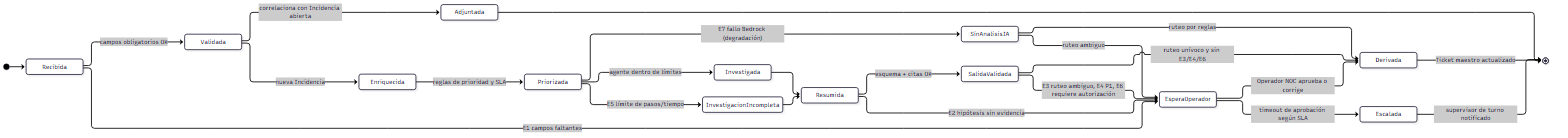
The Mermaid diagram docs/entregable/diagramas/estados.png in rcmanaure/hacom-reto-ai-engineer, before a commit. Its source is kept beside it as docs/entregable/diagramas/estados.mmd. Source of this version:
```mermaid
stateDiagram-v2
  direction LR
  [*] --> Recibida
  Recibida --> Validada: campos obligatorios OK
  Recibida --> EsperaOperador: E1 campos faltantes
  Validada --> Adjuntada: correlaciona con Incidencia abierta
  Adjuntada --> [*]
  Validada --> Enriquecida: nueva Incidencia
  Enriquecida --> Priorizada: reglas de prioridad y SLA
  Priorizada --> Investigada: agente dentro de límites
  Priorizada --> InvestigacionIncompleta: E5 límite de pasos/tiempo
  Priorizada --> SinAnalisisIA: E7 fallo Bedrock (degradación)
  Investigada --> Resumida
  InvestigacionIncompleta --> Resumida
  Resumida --> SalidaValidada: esquema + citas OK
  Resumida --> EsperaOperador: E2 hipótesis sin evidencia
  SalidaValidada --> Derivada: ruteo unívoco y sin E3/E4/E6
  SalidaValidada --> EsperaOperador: E3 ruteo ambiguo, E4 P1, E6 requiere autorización
  SinAnalisisIA --> Derivada: ruteo por reglas
  SinAnalisisIA --> EsperaOperador: ruteo ambiguo
  EsperaOperador --> Derivada: Operador NOC aprueba o corrige
  EsperaOperador --> Escalada: timeout de aprobación según SLA
  Derivada --> [*]: Ticket maestro actualizado
  Escalada --> [*]: supervisor de turno notificado
```
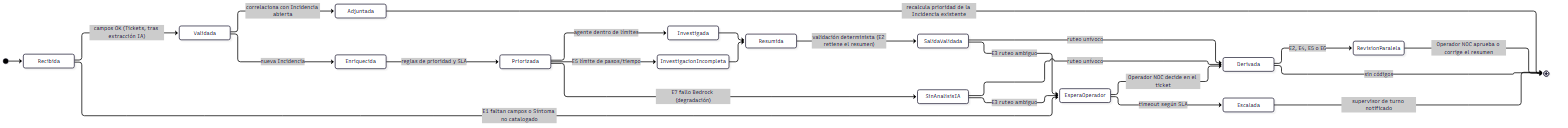
After the change.

Change to the diagram source:
```diff
@@ -1,10 +1,10 @@
 stateDiagram-v2
   direction LR
   [*] --> Recibida
-  Recibida --> Validada: campos obligatorios OK
-  Recibida --> EsperaOperador: E1 campos faltantes
+  Recibida --> Validada: campos OK (Tickets, tras extracción IA)
+  Recibida --> EsperaOperador: E1 faltan campos o Síntoma no catalogado
   Validada --> Adjuntada: correlaciona con Incidencia abierta
-  Adjuntada --> [*]
+  Adjuntada --> [*]: recalcula prioridad de la Incidencia existente
   Validada --> Enriquecida: nueva Incidencia
   Enriquecida --> Priorizada: reglas de prioridad y SLA
   Priorizada --> Investigada: agente dentro de límites
@@ -12,13 +12,14 @@
   Priorizada --> SinAnalisisIA: E7 fallo Bedrock (degradación)
   Investigada --> Resumida
   InvestigacionIncompleta --> Resumida
-  Resumida --> SalidaValidada: esquema + citas OK
-  Resumida --> EsperaOperador: E2 hipótesis sin evidencia
-  SalidaValidada --> Derivada: ruteo unívoco y sin E3/E4/E6
-  SalidaValidada --> EsperaOperador: E3 ruteo ambiguo, E4 P1, E6 requiere autorización
-  SinAnalisisIA --> Derivada: ruteo por reglas
-  SinAnalisisIA --> EsperaOperador: ruteo ambiguo
-  EsperaOperador --> Derivada: Operador NOC aprueba o corrige
-  EsperaOperador --> Escalada: timeout de aprobación según SLA
-  Derivada --> [*]: Ticket maestro actualizado
+  Resumida --> SalidaValidada: validación determinista (E2 retiene el resumen)
+  SalidaValidada --> Derivada: ruteo unívoco
+  SalidaValidada --> EsperaOperador: E3 ruteo ambiguo
+  SinAnalisisIA --> Derivada: ruteo unívoco
+  SinAnalisisIA --> EsperaOperador: E3 ruteo ambiguo
+  EsperaOperador --> Derivada: Operador NOC decide en el ticket
+  EsperaOperador --> Escalada: timeout según SLA
+  Derivada --> RevisionParalela: E2, E4, E5 o E6
+  Derivada --> [*]: sin códigos
+  RevisionParalela --> [*]: Operador NOC aprueba o corrige el resumen
   Escalada --> [*]: supervisor de turno notificado
```
